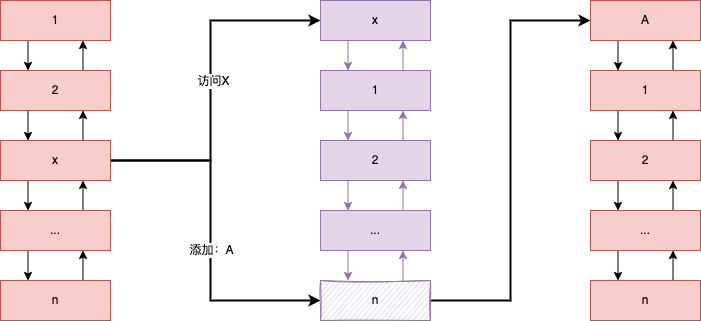
Before: LRU.png, a diagram exported from draw.io (845642761/diagram). Source tidied: cells renumbered, new cells last; positions are measured from the earlier drawing's top-left corner, leaving out a move shared by most shapes.
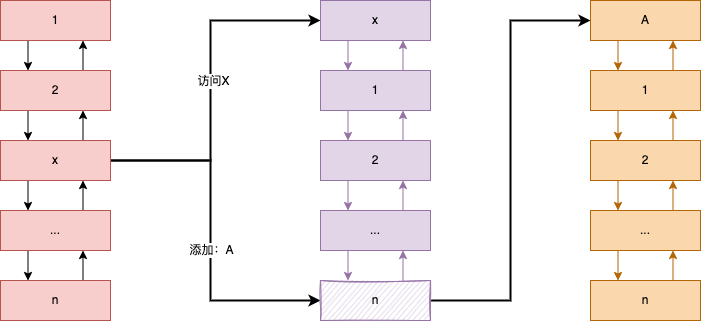
After the commit.

What changed in the source:
```diff
@@ -107,43 +107,43 @@
     <mxCell id="32" value="1" style="rounded=0;whiteSpace=wrap;html=1;fillColor=#e1d5e7;strokeColor=#9673a6;" parent="1" vertex="1">
       <mxGeometry x="320" y="70" width="110" height="40" as="geometry" />
     </mxCell>
-    <mxCell id="33" style="edgeStyle=orthogonalEdgeStyle;rounded=0;jettySize=auto;html=1;exitX=0.25;exitY=1;exitDx=0;exitDy=0;entryX=0.25;entryY=0;entryDx=0;entryDy=0;" parent="1" edge="1" source="34" target="45">
+    <mxCell id="33" style="edgeStyle=orthogonalEdgeStyle;rounded=0;jettySize=auto;html=1;exitX=0.25;exitY=1;exitDx=0;exitDy=0;entryX=0.25;entryY=0;entryDx=0;entryDy=0;fillColor=#fad7ac;strokeColor=#b46504;" parent="1" edge="1" source="34" target="45">
       <mxGeometry relative="1" as="geometry" />
     </mxCell>
-    <mxCell id="34" value="A" style="rounded=0;whiteSpace=wrap;html=1;fillColor=#f8cecc;strokeColor=#b85450;" parent="1" vertex="1">
+    <mxCell id="34" value="A" style="rounded=0;whiteSpace=wrap;html=1;fillColor=#fad7ac;strokeColor=#b46504;" parent="1" vertex="1">
       <mxGeometry x="590" width="110" height="40" as="geometry" />
     </mxCell>
-    <mxCell id="35" style="edgeStyle=orthogonalEdgeStyle;rounded=0;jettySize=auto;html=1;exitX=0.75;exitY=0;exitDx=0;exitDy=0;entryX=0.75;entryY=1;entryDx=0;entryDy=0;" parent="1" edge="1" source="36" target="39">
+    <mxCell id="35" style="edgeStyle=orthogonalEdgeStyle;rounded=0;jettySize=auto;html=1;exitX=0.75;exitY=0;exitDx=0;exitDy=0;entryX=0.75;entryY=1;entryDx=0;entryDy=0;fillColor=#fad7ac;strokeColor=#b46504;" parent="1" edge="1" source="36" target="39">
       <mxGeometry relative="1" as="geometry" />
     </mxCell>
-    <mxCell id="36" value="n" style="rounded=0;whiteSpace=wrap;html=1;fillColor=#f8cecc;strokeColor=#b85450;" parent="1" vertex="1">
+    <mxCell id="36" value="n" style="rounded=0;whiteSpace=wrap;html=1;fillColor=#fad7ac;strokeColor=#b46504;" parent="1" vertex="1">
       <mxGeometry x="590" y="280" width="110" height="40" as="geometry" />
     </mxCell>
-    <mxCell id="37" style="edgeStyle=orthogonalEdgeStyle;rounded=0;jettySize=auto;html=1;exitX=0.75;exitY=0;exitDx=0;exitDy=0;entryX=0.75;entryY=1;entryDx=0;entryDy=0;" parent="1" edge="1" source="39" target="42">
+    <mxCell id="37" style="edgeStyle=orthogonalEdgeStyle;rounded=0;jettySize=auto;html=1;exitX=0.75;exitY=0;exitDx=0;exitDy=0;entryX=0.75;entryY=1;entryDx=0;entryDy=0;fillColor=#fad7ac;strokeColor=#b46504;" parent="1" edge="1" source="39" target="42">
       <mxGeometry relative="1" as="geometry" />
     </mxCell>
-    <mxCell id="38" style="edgeStyle=orthogonalEdgeStyle;rounded=0;jettySize=auto;html=1;exitX=0.25;exitY=1;exitDx=0;exitDy=0;entryX=0.25;entryY=0;entryDx=0;entryDy=0;" parent="1" edge="1" source="39" target="36">
+    <mxCell id="38" style="edgeStyle=orthogonalEdgeStyle;rounded=0;jettySize=auto;html=1;exitX=0.25;exitY=1;exitDx=0;exitDy=0;entryX=0.25;entryY=0;entryDx=0;entryDy=0;fillColor=#fad7ac;strokeColor=#b46504;" parent="1" edge="1" source="39" target="36">
       <mxGeometry relative="1" as="geometry" />
     </mxCell>
-    <mxCell id="39" value="..." style="rounded=0;whiteSpace=wrap;html=1;fillColor=#f8cecc;strokeColor=#b85450;" parent="1" vertex="1">
+    <mxCell id="39" value="..." style="rounded=0;whiteSpace=wrap;html=1;fillColor=#fad7ac;strokeColor=#b46504;" parent="1" vertex="1">
       <mxGeometry x="590" y="210" width="110" height="40" as="geometry" />
     </mxCell>
-    <mxCell id="40" style="edgeStyle=orthogonalEdgeStyle;rounded=0;jettySize=auto;html=1;exitX=0.75;exitY=0;exitDx=0;exitDy=0;entryX=0.75;entryY=1;entryDx=0;entryDy=0;" parent="1" edge="1" source="42" target="45">
+    <mxCell id="40" style="edgeStyle=orthogonalEdgeStyle;rounded=0;jettySize=auto;html=1;exitX=0.75;exitY=0;exitDx=0;exitDy=0;entryX=0.75;entryY=1;entryDx=0;entryDy=0;fillColor=#fad7ac;strokeColor=#b46504;" parent="1" edge="1" source="42" target="45">
       <mxGeometry relative="1" as="geometry" />
     </mxCell>
-    <mxCell id="41" style="edgeStyle=orthogonalEdgeStyle;rounded=0;jettySize=auto;html=1;exitX=0.25;exitY=1;exitDx=0;exitDy=0;entryX=0.25;entryY=0;entryDx=0;entryDy=0;" parent="1" edge="1" source="42" target="39">
+    <mxCell id="41" style="edgeStyle=orthogonalEdgeStyle;rounded=0;jettySize=auto;html=1;exitX=0.25;exitY=1;exitDx=0;exitDy=0;entryX=0.25;entryY=0;entryDx=0;entryDy=0;fillColor=#fad7ac;strokeColor=#b46504;" parent="1" edge="1" source="42" target="39">
       <mxGeometry relative="1" as="geometry" />
     </mxCell>
-    <mxCell id="42" value="2" style="rounded=0;whiteSpace=wrap;html=1;fillColor=#f8cecc;strokeColor=#b85450;" parent="1" vertex="1">
+    <mxCell id="42" value="2" style="rounded=0;whiteSpace=wrap;html=1;fillColor=#fad7ac;strokeColor=#b46504;" parent="1" vertex="1">
       <mxGeometry x="590" y="140" width="110" height="40" as="geometry" />
     </mxCell>
-    <mxCell id="43" style="edgeStyle=orthogonalEdgeStyle;rounded=0;jettySize=auto;html=1;exitX=0.75;exitY=0;exitDx=0;exitDy=0;entryX=0.75;entryY=1;entryDx=0;entryDy=0;" parent="1" edge="1" source="45" target="34">
+    <mxCell id="43" style="edgeStyle=orthogonalEdgeStyle;rounded=0;jettySize=auto;html=1;exitX=0.75;exitY=0;exitDx=0;exitDy=0;entryX=0.75;entryY=1;entryDx=0;entryDy=0;fillColor=#fad7ac;strokeColor=#b46504;" parent="1" edge="1" source="45" target="34">
       <mxGeometry relative="1" as="geometry" />
     </mxCell>
-    <mxCell id="44" style="edgeStyle=orthogonalEdgeStyle;rounded=0;jettySize=auto;html=1;exitX=0.25;exitY=1;exitDx=0;exitDy=0;entryX=0.25;entryY=0;entryDx=0;entryDy=0;" parent="1" edge="1" source="45" target="42">
+    <mxCell id="44" style="edgeStyle=orthogonalEdgeStyle;rounded=0;jettySize=auto;html=1;exitX=0.25;exitY=1;exitDx=0;exitDy=0;entryX=0.25;entryY=0;entryDx=0;entryDy=0;fillColor=#fad7ac;strokeColor=#b46504;" parent="1" edge="1" source="45" target="42">
       <mxGeometry relative="1" as="geometry" />
     </mxCell>
-    <mxCell id="45" value="1" style="rounded=0;whiteSpace=wrap;html=1;fillColor=#f8cecc;strokeColor=#b85450;" parent="1" vertex="1">
+    <mxCell id="45" value="1" style="rounded=0;whiteSpace=wrap;html=1;fillColor=#fad7ac;strokeColor=#b46504;" parent="1" vertex="1">
       <mxGeometry x="590" y="70" width="110" height="40" as="geometry" />
     </mxCell>
   </root>
```
